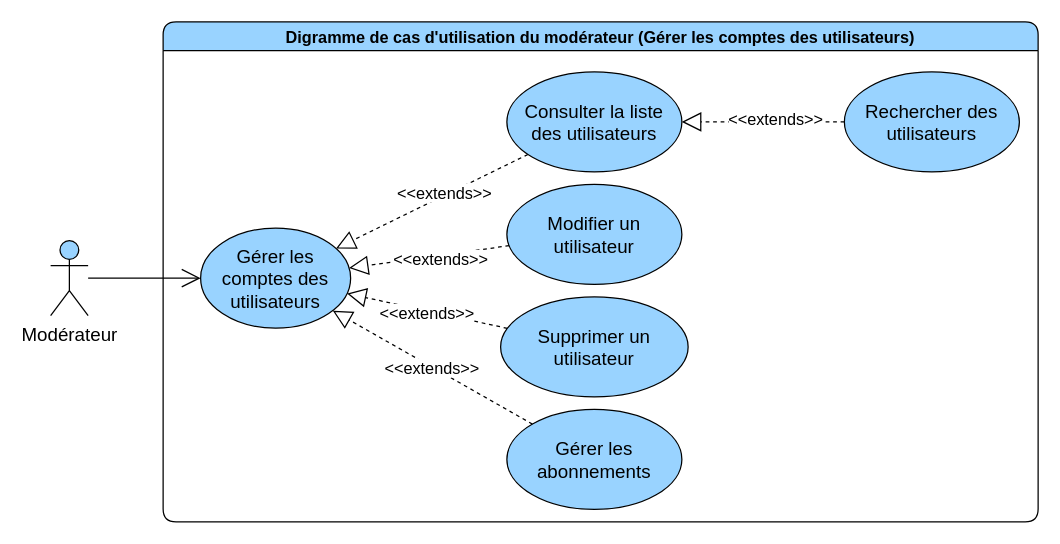
Earlier version of the draw.io diagram page "gerer les comptes des utilisateurs" (2 of 3) of diagrams/use-case/moderateur.drawio (devlotfi/peage-pay). Source tidied: cells renumbered, new cells numbered last; positions are measured from the earlier drawing's top-left corner, leaving out a move shared by most shapes. Both pictures are drawn from the tidied source at 125%, with x=0, y=0 at pixel (50, 21).
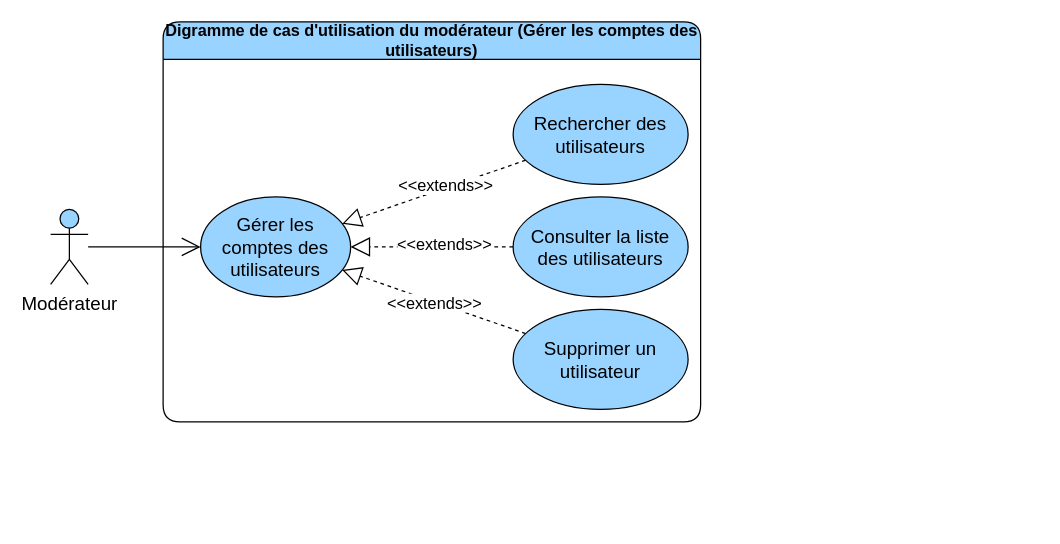
Above is the later version.

What changed in the source:
```diff
@@
-    <mxCell id="2" value="Digramme de cas d'utilisation du modérateur (Gérer les comptes des utilisateurs)" style="swimlane;whiteSpace=wrap;html=1;rounded=1;fillColor=#99D3FF;fontSize=13;" parent="1" vertex="1">
-      <mxGeometry x="90" width="700" height="400" as="geometry" />
+    <mxCell id="2" value="Digramme de cas d'utilisation du modérateur (Gérer les comptes des utilisateurs)" style="swimlane;whiteSpace=wrap;html=1;rounded=1;fillColor=#99D3FF;fontSize=13;startSize=30;" parent="1" vertex="1">
+      <mxGeometry x="90" width="430" height="320" as="geometry" />
     </mxCell>
-    <mxCell id="3" value="Gérer les comptes des utilisateurs" style="ellipse;whiteSpace=wrap;html=1;strokeColor=default;align=center;verticalAlign=middle;fontFamily=Helvetica;fontSize=15;fontColor=default;fillColor=#99D3FF;" parent="2" vertex="1">
-      <mxGeometry x="30" y="165" width="120" height="80" as="geometry" />
-    </mxCell>
-    <mxCell id="4" style="edgeStyle=none;rounded=0;jettySize=auto;html=1;dashed=1;strokeColor=default;align=center;verticalAlign=middle;fontFamily=Helvetica;fontSize=15;fontColor=default;labelBackgroundColor=default;startSize=6;endArrow=block;endFill=0;endSize=13;" parent="2" edge="1" source="6" target="3">
-      <mxGeometry relative="1" as="geometry" />
-    </mxCell>
-    <mxCell id="5" value="&amp;lt;&amp;lt;extends&amp;gt;&amp;gt;" style="edgeLabel;html=1;align=center;verticalAlign=middle;strokeColor=default;fontFamily=Helvetica;fontSize=13;fontColor=default;labelBackgroundColor=default;fillColor=#99D3FF;" parent="4" vertex="1">
-      <mxGeometry x="-0.13" y="3" relative="1" as="geometry" />
-    </mxCell>
-    <mxCell id="6" value="Modifier un utilisateur" style="ellipse;whiteSpace=wrap;html=1;strokeColor=default;align=center;verticalAlign=middle;fontFamily=Helvetica;fontSize=15;fontColor=default;fillColor=#99D3FF;" parent="2" vertex="1">
-      <mxGeometry x="275" y="130" width="140" height="80" as="geometry" />
-    </mxCell>
@@
-    <mxCell id="9" value="Supprimer un utilisateur" style="ellipse;whiteSpace=wrap;html=1;strokeColor=default;align=center;verticalAlign=middle;fontFamily=Helvetica;fontSize=15;fontColor=default;fillColor=#99D3FF;" parent="2" vertex="1">
-      <mxGeometry x="270" y="220" width="150" height="80" as="geometry" />
-    </mxCell>
@@
+    <mxCell id="21" style="edgeStyle=none;rounded=0;jettySize=auto;html=1;dashed=1;strokeColor=default;align=center;verticalAlign=middle;fontFamily=Helvetica;fontSize=15;fontColor=default;labelBackgroundColor=default;startSize=6;endArrow=block;endFill=0;endSize=13;" parent="2" edge="1" source="13" target="3">
+      <mxGeometry relative="1" as="geometry" />
+    </mxCell>
+    <mxCell id="22" value="&amp;lt;&amp;lt;extends&amp;gt;&amp;gt;" style="edgeLabel;html=1;align=center;verticalAlign=middle;strokeColor=default;fontFamily=Helvetica;fontSize=13;fontColor=default;labelBackgroundColor=default;fillColor=#99D3FF;" parent="21" vertex="1">
+      <mxGeometry x="-0.12" y="-3" relative="1" as="geometry">
+        <mxPoint x="1" as="offset" />
+      </mxGeometry>
+    </mxCell>
     <mxCell id="12" value="Consulter la liste des utilisateurs" style="ellipse;whiteSpace=wrap;html=1;strokeColor=default;align=center;verticalAlign=middle;fontFamily=Helvetica;fontSize=15;fontColor=default;fillColor=#99D3FF;" parent="2" vertex="1">
-      <mxGeometry x="275" y="40" width="140" height="80" as="geometry" />
+      <mxGeometry x="280" y="140" width="140" height="80" as="geometry" />
     </mxCell>
     <mxCell id="13" value="Rechercher des utilisateurs" style="ellipse;whiteSpace=wrap;html=1;strokeColor=default;align=center;verticalAlign=middle;fontFamily=Helvetica;fontSize=15;fontColor=default;fillColor=#99D3FF;" parent="2" vertex="1">
-      <mxGeometry x="545" y="40" width="140" height="80" as="geometry" />
+      <mxGeometry x="280" y="50" width="140" height="80" as="geometry" />
     </mxCell>
-    <mxCell id="14" style="edgeStyle=none;rounded=0;jettySize=auto;html=1;dashed=1;strokeColor=default;align=center;verticalAlign=middle;fontFamily=Helvetica;fontSize=15;fontColor=default;labelBackgroundColor=default;startSize=6;endArrow=block;endFill=0;endSize=13;" parent="2" edge="1" source="13" target="12">
-      <mxGeometry relative="1" as="geometry" />
-    </mxCell>
-    <mxCell id="15" value="&amp;lt;&amp;lt;extends&amp;gt;&amp;gt;" style="edgeLabel;html=1;align=center;verticalAlign=middle;strokeColor=default;fontFamily=Helvetica;fontSize=13;fontColor=default;labelBackgroundColor=default;fillColor=#99D3FF;" parent="14" vertex="1">
-      <mxGeometry x="-0.12" y="-3" relative="1" as="geometry">
-        <mxPoint x="1" as="offset" />
-      </mxGeometry>
-    </mxCell>
-    <mxCell id="16" value="Gérer les abonnements" style="ellipse;whiteSpace=wrap;html=1;strokeColor=default;align=center;verticalAlign=middle;fontFamily=Helvetica;fontSize=15;fontColor=default;fillColor=#99D3FF;" parent="2" vertex="1">
-      <mxGeometry x="275" y="310" width="140" height="80" as="geometry" />
-    </mxCell>
-    <mxCell id="17" style="edgeStyle=none;rounded=0;jettySize=auto;html=1;dashed=1;strokeColor=default;align=center;verticalAlign=middle;fontFamily=Helvetica;fontSize=15;fontColor=default;labelBackgroundColor=default;startSize=6;endArrow=block;endFill=0;endSize=13;" parent="2" edge="1" source="16" target="3">
-      <mxGeometry relative="1" as="geometry" />
-    </mxCell>
-    <mxCell id="18" value="&amp;lt;&amp;lt;extends&amp;gt;&amp;gt;" style="edgeLabel;html=1;align=center;verticalAlign=middle;strokeColor=default;fontFamily=Helvetica;fontSize=13;fontColor=default;labelBackgroundColor=default;fillColor=#99D3FF;" parent="17" vertex="1">
-      <mxGeometry x="0.01" y="1" relative="1" as="geometry" />
-    </mxCell>
+    <mxCell id="9" value="Supprimer un utilisateur" style="ellipse;whiteSpace=wrap;html=1;strokeColor=default;align=center;verticalAlign=middle;fontFamily=Helvetica;fontSize=15;fontColor=default;fillColor=#99D3FF;" parent="2" vertex="1">
+      <mxGeometry x="280" y="230" width="140" height="80" as="geometry" />
+    </mxCell>
+    <mxCell id="3" value="Gérer les comptes des utilisateurs" style="ellipse;whiteSpace=wrap;html=1;strokeColor=default;align=center;verticalAlign=middle;fontFamily=Helvetica;fontSize=15;fontColor=default;fillColor=#99D3FF;" parent="2" vertex="1">
+      <mxGeometry x="30" y="140" width="120" height="80" as="geometry" />
+    </mxCell>
+    <mxCell id="20" value="Modérateur" style="shape=umlActor;verticalLabelPosition=bottom;verticalAlign=top;html=1;outlineConnect=0;strokeColor=default;align=center;fontFamily=Helvetica;fontSize=15;fontColor=default;fillColor=#99D3FF;" parent="2" vertex="1">
+      <mxGeometry x="-90" y="150" width="30" height="60" as="geometry" />
+    </mxCell>
-    <mxCell id="19" style="rounded=0;jettySize=auto;html=1;fontFamily=Helvetica;fontSize=15;fontColor=default;endArrow=open;endFill=0;startSize=6;endSize=13;" parent="1" edge="1" source="20" target="3">
+    <mxCell id="19" style="rounded=0;jettySize=auto;html=1;fontFamily=Helvetica;fontSize=15;fontColor=default;endArrow=open;endFill=0;startSize=6;endSize=13;" parent="2" edge="1" source="20" target="3">
       <mxGeometry relative="1" as="geometry" />
     </mxCell>
-    <mxCell id="20" value="Modérateur" style="shape=umlActor;verticalLabelPosition=bottom;verticalAlign=top;html=1;outlineConnect=0;strokeColor=default;align=center;fontFamily=Helvetica;fontSize=15;fontColor=default;fillColor=#99D3FF;" parent="1" vertex="1">
-      <mxGeometry y="175" width="30" height="60" as="geometry" />
-    </mxCell>
```
